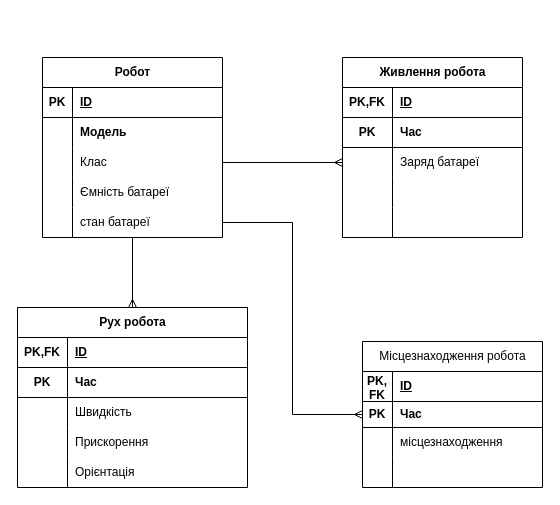
Earlier version of the draw.io diagram Project/DataModel.drawio (zayats1/RobotTelemetryCollectionSystem). Source tidied: cells renumbered, new cells numbered last; positions are measured from the earlier drawing's top-left corner, leaving out a move shared by most shapes. Both pictures are drawn from the tidied source at 100%, with x=0, y=0 at pixel (17, 57).
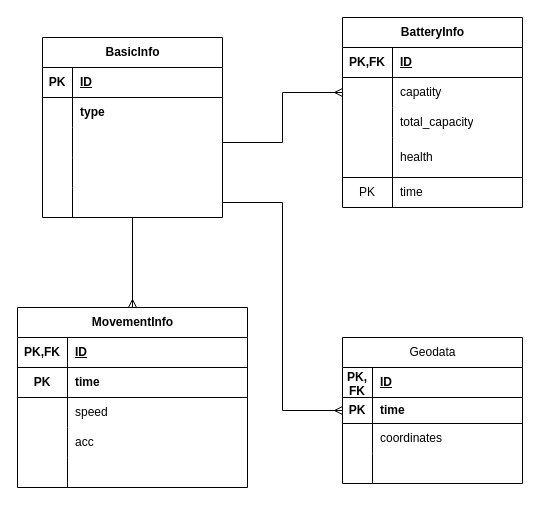
The same diagram, later.

Commit message (it also covers changes not shown here):
total battery capacity

Unchanged cells that the change refers to:
```xml
<mxCell id="6" style="shape=tableRow;horizontal=0;startSize=0;swimlaneHead=0;swimlaneBody=0;fillColor=none;top=0;left=0;right=0;bottom=0;" parent="2" vertex="1">
  <mxGeometry y="60" width="230" height="30" as="geometry" />
</mxCell>
<mxCell id="9" style="shape=tableRow;horizontal=0;startSize=0;swimlaneHead=0;swimlaneBody=0;fillColor=none;top=0;left=0;right=0;bottom=0;" parent="2" vertex="1">
  <mxGeometry y="90" width="230" height="30" as="geometry" />
</mxCell>
<mxCell id="12" style="shape=tableRow;horizontal=0;startSize=0;swimlaneHead=0;swimlaneBody=0;fillColor=none;top=0;left=0;right=0;bottom=0;" parent="2" vertex="1">
  <mxGeometry y="120" width="230" height="30" as="geometry" />
</mxCell>
<mxCell id="15" style="shape=tableRow;horizontal=0;startSize=0;swimlaneHead=0;swimlaneBody=0;fillColor=none;top=0;left=0;right=0;bottom=0;" parent="2" vertex="1">
  <mxGeometry y="150" width="230" height="30" as="geometry" />
</mxCell>
<mxCell id="22" style="shape=tableRow;horizontal=0;startSize=0;swimlaneHead=0;swimlaneBody=0;fillColor=none;points=[[0,0.5],[1,0.5]];portConstraint=eastwest;top=0;left=0;right=0;bottom=0;" parent="18" vertex="1">
  <mxGeometry y="60" width="180" height="26" as="geometry" />
</mxCell>
<mxCell id="25" style="shape=tableRow;horizontal=0;startSize=0;swimlaneHead=0;swimlaneBody=0;fillColor=none;top=0;left=0;right=0;bottom=0;" parent="18" vertex="1">
  <mxGeometry y="86" width="180" height="30" as="geometry" />
</mxCell>
<mxCell id="52" style="shape=tableRow;horizontal=0;startSize=0;swimlaneHead=0;swimlaneBody=0;fillColor=none;top=0;left=0;right=0;bottom=0;" parent="48" vertex="1">
  <mxGeometry y="60" width="180" height="30" as="geometry" />
</mxCell>
<mxCell id="55" style="shape=tableRow;horizontal=0;startSize=0;swimlaneHead=0;swimlaneBody=0;fillColor=none;points=[[0,0.5],[1,0.5]];portConstraint=eastwest;top=0;left=0;right=0;bottom=0;" parent="48" vertex="1">
  <mxGeometry y="90" width="180" height="30" as="geometry" />
</mxCell>
<mxCell id="58" style="shape=tableRow;horizontal=0;startSize=0;swimlaneHead=0;swimlaneBody=0;fillColor=none;top=0;left=0;right=0;bottom=0;" parent="48" vertex="1">
  <mxGeometry y="120" width="180" height="30" as="geometry" />
</mxCell>
<mxCell id="61" style="shape=tableRow;horizontal=0;startSize=0;swimlaneHead=0;swimlaneBody=0;fillColor=none;points=[[0,0.5],[1,0.5]];portConstraint=eastwest;top=0;left=0;right=0;bottom=0;" parent="48" vertex="1">
  <mxGeometry y="150" width="180" height="30" as="geometry" />
</mxCell>
```

Diff of the diagram source:
```diff
@@
-    <mxCell id="2" value="Рух робота" style="shape=table;startSize=30;childLayout=tableLayout;rowLines=0;fontStyle=1;align=center;html=1;" parent="1" vertex="1">
+    <mxCell id="2" value="MovementInfo" style="shape=table;startSize=30;childLayout=tableLayout;rowLines=0;fontStyle=1;align=center;html=1;" parent="1" vertex="1">
       <mxGeometry y="250" width="230" height="180" as="geometry" />
     </mxCell>
@@
-    <mxCell id="8" value="Час" style="shape=partialRectangle;fillColor=none;top=0;left=0;bottom=1;right=0;align=left;spacingLeft=6;overflow=hidden;whiteSpace=wrap;html=1;fontStyle=1;" parent="6" vertex="1">
+    <mxCell id="8" value="time" style="shape=partialRectangle;fillColor=none;top=0;left=0;bottom=1;right=0;align=left;spacingLeft=6;overflow=hidden;whiteSpace=wrap;html=1;fontStyle=1;" parent="6" vertex="1">
       <mxGeometry x="50" width="180" height="30" as="geometry" />
     </mxCell>
@@
-    <mxCell id="11" value="Швидкість" style="shape=partialRectangle;fillColor=none;top=0;left=0;bottom=0;right=0;align=left;spacingLeft=6;overflow=hidden;whiteSpace=wrap;html=1;" parent="9" vertex="1">
+    <mxCell id="11" value="speed" style="shape=partialRectangle;fillColor=none;top=0;left=0;bottom=0;right=0;align=left;spacingLeft=6;overflow=hidden;whiteSpace=wrap;html=1;" parent="9" vertex="1">
       <mxGeometry x="50" width="180" height="30" as="geometry" />
     </mxCell>
@@
-    <mxCell id="14" value="Прискорення" style="shape=partialRectangle;fillColor=none;top=0;left=0;bottom=0;right=0;align=left;spacingLeft=6;overflow=hidden;whiteSpace=wrap;html=1;" parent="12" vertex="1">
+    <mxCell id="14" value="acc" style="shape=partialRectangle;fillColor=none;top=0;left=0;bottom=0;right=0;align=left;spacingLeft=6;overflow=hidden;whiteSpace=wrap;html=1;" parent="12" vertex="1">
       <mxGeometry x="50" width="180" height="30" as="geometry" />
     </mxCell>
@@
-    <mxCell id="17" value="Орієнтація" style="shape=partialRectangle;fillColor=none;top=0;left=0;bottom=0;right=0;align=left;spacingLeft=6;overflow=hidden;whiteSpace=wrap;html=1;" parent="15" vertex="1">
+    <mxCell id="17" style="shape=partialRectangle;fillColor=none;top=0;left=0;bottom=0;right=0;align=left;spacingLeft=6;overflow=hidden;whiteSpace=wrap;html=1;" parent="15" vertex="1">
       <mxGeometry x="50" width="180" height="30" as="geometry" />
     </mxCell>
-    <mxCell id="18" value="Місцезнаходження робота" style="shape=table;startSize=30;childLayout=tableLayout;rowLines=0;fontStyle=0;align=center;html=1;" parent="1" vertex="1">
-      <mxGeometry x="345" y="284" width="180" height="146" as="geometry" />
+    <mxCell id="18" value="Geodata" style="shape=table;startSize=30;childLayout=tableLayout;rowLines=0;fontStyle=0;align=center;html=1;" parent="1" vertex="1">
+      <mxGeometry x="325" y="280" width="180" height="146" as="geometry" />
     </mxCell>
@@
-    <mxCell id="24" value="&lt;span style=&quot;color: rgb(0, 0, 0); font-family: Helvetica; font-size: 12px; font-style: normal; font-variant-ligatures: normal; font-variant-caps: normal; letter-spacing: normal; orphans: 2; text-align: left; text-indent: 0px; text-transform: none; widows: 2; word-spacing: 0px; -webkit-text-stroke-width: 0px; white-space: normal; background-color: rgb(251, 251, 251); text-decoration-thickness: initial; text-decoration-style: initial; text-decoration-color: initial; float: none; display: inline !important;&quot;&gt;Час&lt;/span&gt;" style="shape=partialRectangle;fillColor=none;top=0;left=0;bottom=1;right=0;align=left;spacingLeft=6;overflow=hidden;whiteSpace=wrap;html=1;fontStyle=1;" parent="22" vertex="1">
+    <mxCell id="24" value="time" style="shape=partialRectangle;fillColor=none;top=0;left=0;bottom=1;right=0;align=left;spacingLeft=6;overflow=hidden;whiteSpace=wrap;html=1;fontStyle=1;" parent="22" vertex="1">
       <mxGeometry x="30" width="150" height="26" as="geometry" />
     </mxCell>
@@
-    <mxCell id="27" value="місцезнаходження" style="shape=partialRectangle;fillColor=none;top=0;left=0;bottom=0;right=0;align=left;spacingLeft=6;overflow=hidden;whiteSpace=wrap;html=1;" parent="25" vertex="1">
+    <mxCell id="27" value="coordinates" style="shape=partialRectangle;fillColor=none;top=0;left=0;bottom=0;right=0;align=left;spacingLeft=6;overflow=hidden;whiteSpace=wrap;html=1;" parent="25" vertex="1">
       <mxGeometry x="30" width="150" height="30" as="geometry" />
     </mxCell>
@@
-    <mxCell id="31" value="Живлення робота" style="shape=table;startSize=30;childLayout=tableLayout;rowLines=0;fontStyle=1;align=center;html=1;" parent="1" vertex="1">
-      <mxGeometry x="325" width="180" height="180" as="geometry" />
+    <mxCell id="31" value="BatteryInfo" style="shape=table;startSize=30;childLayout=tableLayout;rowLines=0;fontStyle=1;align=center;html=1;" parent="1" vertex="1">
+      <mxGeometry x="325" y="-40" width="180" height="190" as="geometry" />
     </mxCell>
@@
-    <mxCell id="35" style="shape=tableRow;horizontal=0;startSize=0;swimlaneHead=0;swimlaneBody=0;fillColor=none;top=0;left=0;right=0;bottom=0;" parent="31" vertex="1">
-      <mxGeometry y="60" width="180" height="30" as="geometry" />
-    </mxCell>
-    <mxCell id="36" value="PK" style="shape=partialRectangle;fillColor=none;top=0;left=0;bottom=1;right=0;overflow=hidden;whiteSpace=wrap;html=1;fontStyle=1;" parent="35" vertex="1">
-      <mxGeometry width="50" height="30" as="geometry" />
-    </mxCell>
-    <mxCell id="37" value="Час" style="shape=partialRectangle;fillColor=none;top=0;left=0;bottom=1;right=0;align=left;spacingLeft=6;overflow=hidden;whiteSpace=wrap;html=1;fontStyle=1;" parent="35" vertex="1">
-      <mxGeometry x="50" width="130" height="30" as="geometry" />
-    </mxCell>
     <mxCell id="38" style="shape=tableRow;horizontal=0;startSize=0;swimlaneHead=0;swimlaneBody=0;fillColor=none;points=[[0,0.5],[1,0.5]];portConstraint=eastwest;top=0;left=0;right=0;bottom=0;" parent="31" vertex="1">
-      <mxGeometry y="90" width="180" height="30" as="geometry" />
+      <mxGeometry y="60" width="180" height="30" as="geometry" />
     </mxCell>
@@
-    <mxCell id="40" value="Заряд батареї" style="shape=partialRectangle;fillColor=none;top=0;left=0;bottom=0;right=0;align=left;spacingLeft=6;overflow=hidden;whiteSpace=wrap;html=1;" parent="38" vertex="1">
+    <mxCell id="40" value="capatity" style="shape=partialRectangle;fillColor=none;top=0;left=0;bottom=0;right=0;align=left;spacingLeft=6;overflow=hidden;whiteSpace=wrap;html=1;" parent="38" vertex="1">
       <mxGeometry x="50" width="130" height="30" as="geometry" />
     </mxCell>
     <mxCell id="41" style="shape=tableRow;horizontal=0;startSize=0;swimlaneHead=0;swimlaneBody=0;fillColor=none;top=0;left=0;right=0;bottom=0;" parent="31" vertex="1">
-      <mxGeometry y="120" width="180" height="30" as="geometry" />
+      <mxGeometry y="90" width="180" height="30" as="geometry" />
     </mxCell>
@@
-    <mxCell id="43" style="shape=partialRectangle;fillColor=none;top=0;left=0;bottom=0;right=0;align=left;spacingLeft=6;overflow=hidden;whiteSpace=wrap;html=1;" parent="41" vertex="1">
+    <mxCell id="43" value="total_capacity" style="shape=partialRectangle;fillColor=none;top=0;left=0;bottom=0;right=0;align=left;spacingLeft=6;overflow=hidden;whiteSpace=wrap;html=1;" parent="41" vertex="1">
       <mxGeometry x="50" width="130" height="30" as="geometry" />
     </mxCell>
     <mxCell id="44" style="shape=tableRow;horizontal=0;startSize=0;swimlaneHead=0;swimlaneBody=0;fillColor=none;top=0;left=0;right=0;bottom=0;" parent="31" vertex="1">
-      <mxGeometry y="150" width="180" height="30" as="geometry" />
+      <mxGeometry y="120" width="180" height="40" as="geometry" />
     </mxCell>
     <mxCell id="45" style="shape=partialRectangle;fillColor=none;top=0;left=0;bottom=0;right=0;overflow=hidden;whiteSpace=wrap;html=1;" parent="44" vertex="1">
-      <mxGeometry width="50" height="30" as="geometry" />
+      <mxGeometry width="50" height="40" as="geometry" />
     </mxCell>
-    <mxCell id="46" style="shape=partialRectangle;fillColor=none;top=0;left=0;bottom=0;right=0;align=left;spacingLeft=6;overflow=hidden;whiteSpace=wrap;html=1;" parent="44" vertex="1">
-      <mxGeometry x="50" width="130" height="30" as="geometry" />
+    <mxCell id="46" value="health" style="shape=partialRectangle;fillColor=none;top=0;left=0;bottom=0;right=0;align=left;spacingLeft=6;overflow=hidden;whiteSpace=wrap;html=1;" parent="44" vertex="1">
+      <mxGeometry x="50" width="130" height="40" as="geometry" />
     </mxCell>
+    <mxCell id="66" style="shape=tableRow;horizontal=0;startSize=0;swimlaneHead=0;swimlaneBody=0;fillColor=none;top=1;left=0;right=0;bottom=0;" parent="31" vertex="1">
+      <mxGeometry y="160" width="180" height="30" as="geometry" />
+    </mxCell>
+    <mxCell id="36" value="PK" style="shape=partialRectangle;fillColor=none;top=0;left=0;bottom=0;right=0;overflow=hidden;whiteSpace=wrap;html=1;" parent="66" vertex="1">
+      <mxGeometry width="50" height="30" as="geometry" />
+    </mxCell>
+    <mxCell id="67" value="time" style="shape=partialRectangle;fillColor=none;top=0;left=0;bottom=0;right=0;align=left;spacingLeft=6;overflow=hidden;whiteSpace=wrap;html=1;" parent="66" vertex="1">
+      <mxGeometry x="50" width="130" height="30" as="geometry" />
+    </mxCell>
@@
-    <mxCell id="48" value="Робот" style="shape=table;startSize=30;childLayout=tableLayout;rowLines=0;fontStyle=1;align=center;html=1;" parent="1" vertex="1">
-      <mxGeometry x="25" width="180" height="180" as="geometry" />
+    <mxCell id="48" value="BasicInfo" style="shape=table;startSize=30;childLayout=tableLayout;rowLines=0;fontStyle=1;align=center;html=1;" parent="1" vertex="1">
+      <mxGeometry x="25" y="-20" width="180" height="180" as="geometry" />
     </mxCell>
@@
-    <mxCell id="54" value="Модель" style="shape=partialRectangle;fillColor=none;top=0;left=0;bottom=0;right=0;align=left;spacingLeft=6;overflow=hidden;whiteSpace=wrap;html=1;fontStyle=1;" parent="52" vertex="1">
+    <mxCell id="54" value="type" style="shape=partialRectangle;fillColor=none;top=0;left=0;bottom=0;right=0;align=left;spacingLeft=6;overflow=hidden;whiteSpace=wrap;html=1;fontStyle=1;" parent="52" vertex="1">
       <mxGeometry x="30" width="150" height="30" as="geometry" />
     </mxCell>
@@
-    <mxCell id="57" value="Клас" style="shape=partialRectangle;fillColor=none;top=0;left=0;bottom=0;right=0;align=left;spacingLeft=6;overflow=hidden;whiteSpace=wrap;html=1;" parent="55" vertex="1">
+    <mxCell id="57" style="shape=partialRectangle;fillColor=none;top=0;left=0;bottom=0;right=0;align=left;spacingLeft=6;overflow=hidden;whiteSpace=wrap;html=1;" parent="55" vertex="1">
       <mxGeometry x="30" width="150" height="30" as="geometry" />
     </mxCell>
@@
-    <mxCell id="60" value="Ємність батареї" style="shape=partialRectangle;fillColor=none;top=0;left=0;bottom=0;right=0;align=left;spacingLeft=6;overflow=hidden;whiteSpace=wrap;html=1;" parent="58" vertex="1">
+    <mxCell id="60" style="shape=partialRectangle;fillColor=none;top=0;left=0;bottom=0;right=0;align=left;spacingLeft=6;overflow=hidden;whiteSpace=wrap;html=1;" parent="58" vertex="1">
       <mxGeometry x="30" width="150" height="30" as="geometry" />
     </mxCell>
@@
-    <mxCell id="63" value="стан батареї" style="shape=partialRectangle;fillColor=none;top=0;left=0;bottom=0;right=0;align=left;spacingLeft=6;overflow=hidden;whiteSpace=wrap;html=1;" parent="61" vertex="1">
+    <mxCell id="63" style="shape=partialRectangle;fillColor=none;top=0;left=0;bottom=0;right=0;align=left;spacingLeft=6;overflow=hidden;whiteSpace=wrap;html=1;" parent="61" vertex="1">
       <mxGeometry x="30" width="150" height="30" as="geometry" />
     </mxCell>
```
